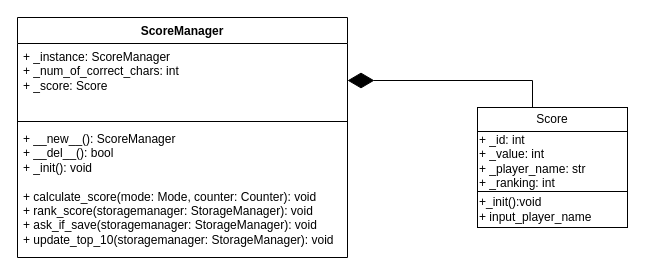
Before: docs/UML/drawio/ScoreManager.drawio in Koun7z/NPG_Projekt, a draw.io diagram. Source tidied: cells renumbered, new cells numbered last; positions are measured from the earlier drawing's top-left corner, leaving out a move shared by most shapes. Both pictures are drawn from the tidied source at 100%, with x=0, y=0 at pixel (17, 17).
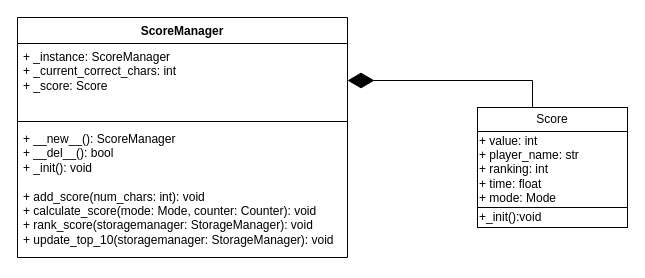
Above is the later version.

Commit message (it also covers changes not shown here):
score manager update

What changed in the source:
```diff
@@
 <mxGraphModel>
   <root>
     <mxCell id="0" />
     <mxCell id="1" parent="0" />
     <mxCell id="2" value="ScoreManager" style="swimlane;fontStyle=1;align=center;verticalAlign=top;horizontal=1;startSize=26;whiteSpace=wrap;html=1;" parent="1" vertex="1">
       <mxGeometry width="330" height="240" as="geometry" />
     </mxCell>
-    <mxCell id="3" value="+ _instance: ScoreManager&lt;div&gt;+ _num_of_correct_chars: int&lt;/div&gt;&lt;div&gt;+ _score: Score&lt;/div&gt;&lt;div&gt;&lt;div&gt;&lt;br&gt;&lt;/div&gt;&lt;/div&gt;" style="text;strokeColor=none;fillColor=none;align=left;verticalAlign=top;spacingLeft=4;spacingRight=4;overflow=hidden;points=[[0,0.5],[1,0.5]];portConstraint=eastwest;whiteSpace=wrap;html=1;" parent="2" vertex="1">
+    <mxCell id="3" value="+ _instance: ScoreManager&lt;div&gt;+ _current_correct_chars: int&lt;/div&gt;&lt;div&gt;+ _score: Score&lt;/div&gt;&lt;div&gt;&lt;div&gt;&lt;br&gt;&lt;/div&gt;&lt;/div&gt;" style="text;strokeColor=none;fillColor=none;align=left;verticalAlign=top;spacingLeft=4;spacingRight=4;overflow=hidden;points=[[0,0.5],[1,0.5]];portConstraint=eastwest;whiteSpace=wrap;html=1;" parent="2" vertex="1">
       <mxGeometry y="26" width="330" height="74" as="geometry" />
     </mxCell>
     <mxCell id="4" style="line;strokeWidth=1;fillColor=none;align=left;verticalAlign=middle;spacingTop=-1;spacingLeft=3;spacingRight=3;labelPosition=right;strokeColor=inherit;" parent="2" vertex="1">
       <mxGeometry y="100" width="330" height="8" as="geometry" />
     </mxCell>
-    <mxCell id="5" value="&lt;div&gt;+ __new__(): ScoreManager&lt;/div&gt;&lt;div&gt;+ __del__(): bool&lt;/div&gt;&lt;div&gt;+ _init(): void&lt;/div&gt;&lt;div&gt;&lt;br&gt;&lt;/div&gt;&lt;div&gt;+ calculate_score(mode: Mode, counter: Counter): void&lt;/div&gt;+&lt;span style=&quot;background-color: initial;&quot;&gt;&amp;nbsp;rank_score(storagemanager: StorageManager): void&lt;/span&gt;&lt;div&gt;+ ask_if_save(storagemanager: StorageManager): void&lt;br&gt;&lt;div&gt;+ update_top_10(storagemanager: StorageManager): void&lt;/div&gt;&lt;div&gt;&lt;div&gt;&lt;br&gt;&lt;div&gt;&lt;br&gt;&lt;/div&gt;&lt;/div&gt;&lt;/div&gt;&lt;/div&gt;" style="text;strokeColor=none;fillColor=none;align=left;verticalAlign=top;spacingLeft=4;spacingRight=4;overflow=hidden;whiteSpace=wrap;html=1;" parent="2" vertex="1">
+    <mxCell id="5" value="&lt;div&gt;+ __new__(): ScoreManager&lt;/div&gt;&lt;div&gt;+ __del__(): bool&lt;/div&gt;&lt;div&gt;+ _init(): void&lt;/div&gt;&lt;div&gt;&lt;br&gt;&lt;/div&gt;&lt;div&gt;+ add_score(num_chars: int): void&lt;/div&gt;&lt;div&gt;+ calculate_score(mode: Mode, counter: Counter): void&lt;/div&gt;+&lt;span style=&quot;background-color: initial;&quot;&gt;&amp;nbsp;rank_score(storagemanager: StorageManager): void&lt;/span&gt;&lt;div&gt;&lt;div&gt;+ update_top_10(storagemanager: StorageManager): void&lt;/div&gt;&lt;div&gt;&lt;div&gt;&lt;br&gt;&lt;div&gt;&lt;br&gt;&lt;/div&gt;&lt;/div&gt;&lt;/div&gt;&lt;/div&gt;" style="text;strokeColor=none;fillColor=none;align=left;verticalAlign=top;spacingLeft=4;spacingRight=4;overflow=hidden;whiteSpace=wrap;html=1;" parent="2" vertex="1">
       <mxGeometry y="108" width="330" height="132" as="geometry" />
     </mxCell>
     <mxCell id="6" value="Score" style="rounded=0;whiteSpace=wrap;html=1;" parent="1" vertex="1">
       <mxGeometry x="460" y="90" width="150" height="24" as="geometry" />
     </mxCell>
-    <mxCell id="7" value="+ _id: int&lt;div&gt;+ _value: int&lt;/div&gt;&lt;div&gt;+ _player_name: str&lt;/div&gt;&lt;div&gt;+ _ranking: int&lt;/div&gt;" style="rounded=0;whiteSpace=wrap;html=1;align=left;" parent="1" vertex="1">
-      <mxGeometry x="460" y="114" width="150" height="60" as="geometry" />
+    <mxCell id="7" value="&lt;div&gt;+ value: int&lt;/div&gt;&lt;div&gt;+ player_name: str&lt;/div&gt;&lt;div&gt;+ ranking: int&lt;/div&gt;&lt;div&gt;+ time: float&lt;/div&gt;&lt;div&gt;+ mode: Mode&lt;/div&gt;" style="rounded=0;whiteSpace=wrap;html=1;align=left;" parent="1" vertex="1">
+      <mxGeometry x="460" y="114" width="150" height="76" as="geometry" />
     </mxCell>
-    <mxCell id="8" value="+_init():void&lt;div&gt;+ input_player_name&lt;/div&gt;" style="rounded=0;whiteSpace=wrap;html=1;align=left;" parent="1" vertex="1">
-      <mxGeometry x="460" y="174" width="150" height="36" as="geometry" />
+    <mxCell id="8" value="+_init():void" style="rounded=0;whiteSpace=wrap;html=1;align=left;" parent="1" vertex="1">
+      <mxGeometry x="460" y="190" width="150" height="20" as="geometry" />
     </mxCell>
     <mxCell id="9" style="endArrow=diamondThin;endFill=1;endSize=24;html=1;rounded=0;entryX=1;entryY=0.5;entryDx=0;entryDy=0;" parent="1" edge="1" target="3">
       <mxGeometry relative="1" as="geometry">
         <mxPoint x="515" y="90" as="sourcePoint" />
         <Array as="points">
           <mxPoint x="515" y="63" />
         </Array>
       </mxGeometry>
     </mxCell>
   </root>
 </mxGraphModel>
```
